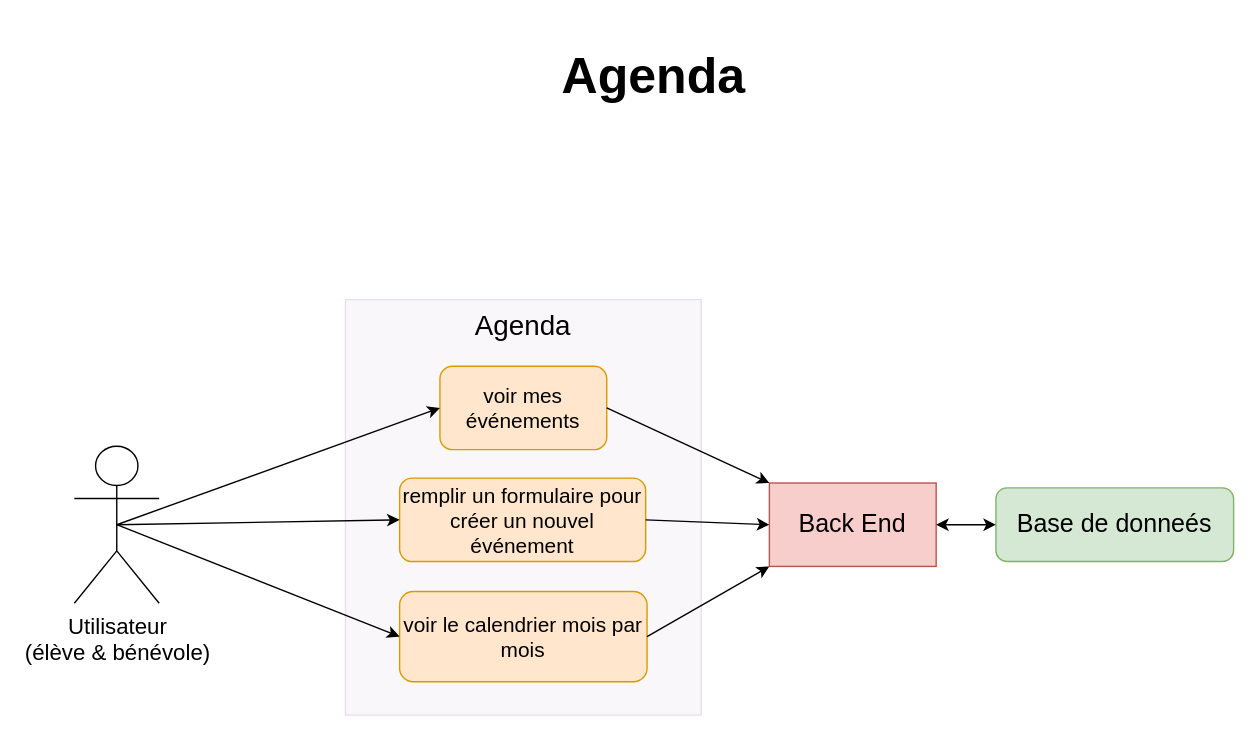
Earlier version of the draw.io diagram page "Agenda" (3 of 5) of Untitled Diagram.drawio (melacod/MelanieKlein_10_22122021). Source tidied: cells renumbered, new cells numbered last; positions are measured from the earlier drawing's top-left corner, leaving out a move shared by most shapes. Both pictures are drawn from the tidied source at 139%, with x=0, y=0 at pixel (74, 54).
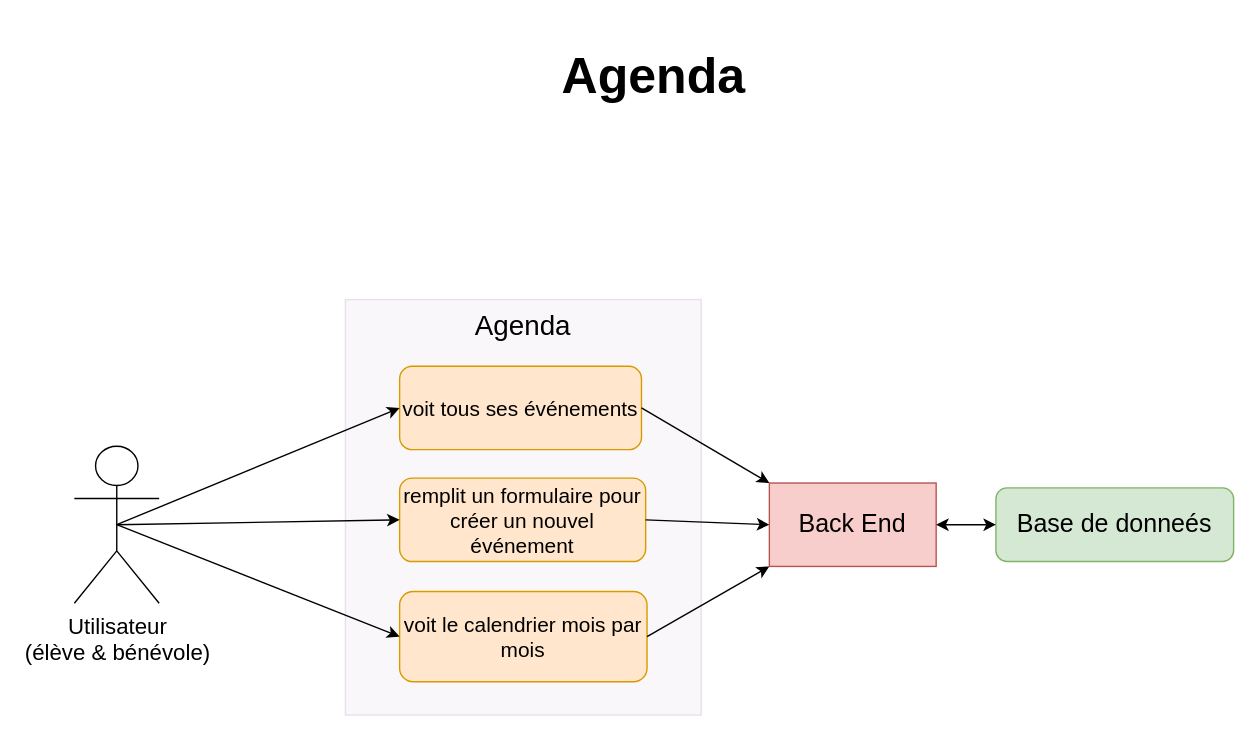
After the change.

Change to the diagram source:
```diff
@@
 <mxGraphModel>
   <root>
     <mxCell id="0" />
     <mxCell id="1" parent="0" />
     <mxCell id="2" value="&lt;h1&gt;&lt;font style=&quot;font-size: 36px&quot;&gt;Agenda&lt;/font&gt;&lt;/h1&gt;" style="text;html=1;strokeColor=none;fillColor=none;align=center;verticalAlign=middle;whiteSpace=wrap;rounded=0;" parent="1" vertex="1">
       <mxGeometry x="263" width="308" height="30" as="geometry" />
     </mxCell>
     <mxCell id="3" value="&lt;span&gt;&lt;font style=&quot;font-size: 20px&quot;&gt;Agenda&lt;/font&gt;&lt;/span&gt;" style="rounded=0;whiteSpace=wrap;html=1;fontSize=18;strokeWidth=1;fillColor=#e1d5e7;strokeColor=#9673a6;opacity=20;verticalAlign=top;" parent="1" vertex="1">
       <mxGeometry x="195" y="176" width="256" height="299" as="geometry" />
     </mxCell>
     <mxCell id="4" value="&lt;font style=&quot;font-size: 16px&quot;&gt;Utilisateur&lt;br&gt;(élève &amp;amp; bénévole)&lt;/font&gt;" style="shape=umlActor;verticalLabelPosition=bottom;verticalAlign=top;html=1;outlineConnect=0;fontSize=14;" parent="1" vertex="1">
       <mxGeometry y="281.5" width="61" height="113" as="geometry" />
     </mxCell>
-    <mxCell id="5" value="&lt;font style=&quot;font-size: 15px&quot;&gt;voir mes événements&lt;/font&gt;" style="rounded=1;whiteSpace=wrap;html=1;fontSize=14;fillColor=#ffe6cc;strokeColor=#d79b00;" parent="1" vertex="1">
-      <mxGeometry x="263" y="224" width="120" height="60" as="geometry" />
+    <mxCell id="5" value="&lt;font style=&quot;font-size: 15px&quot;&gt;voit tous ses événements&lt;/font&gt;" style="rounded=1;whiteSpace=wrap;html=1;fontSize=14;fillColor=#ffe6cc;strokeColor=#d79b00;" parent="1" vertex="1">
+      <mxGeometry x="234" y="224" width="174" height="60" as="geometry" />
     </mxCell>
-    <mxCell id="6" value="&lt;font style=&quot;font-size: 15px&quot;&gt;remplir un formulaire pour créer un nouvel événement&lt;/font&gt;" style="rounded=1;whiteSpace=wrap;html=1;fontSize=14;fillColor=#ffe6cc;strokeColor=#d79b00;" parent="1" vertex="1">
+    <mxCell id="6" value="&lt;font style=&quot;font-size: 15px&quot;&gt;remplit un formulaire pour créer un nouvel événement&lt;/font&gt;" style="rounded=1;whiteSpace=wrap;html=1;fontSize=14;fillColor=#ffe6cc;strokeColor=#d79b00;" parent="1" vertex="1">
       <mxGeometry x="234" y="304.5" width="177" height="60" as="geometry" />
     </mxCell>
     <mxCell id="7" style="endArrow=classic;html=1;rounded=0;fontSize=18;curved=1;entryX=0;entryY=0.5;entryDx=0;entryDy=0;exitX=0.5;exitY=0.5;exitDx=0;exitDy=0;exitPerimeter=0;" parent="1" edge="1" source="4" target="5">
       <mxGeometry relative="1" as="geometry" />
     </mxCell>
     <mxCell id="8" style="endArrow=classic;html=1;rounded=0;fontSize=18;entryX=0;entryY=0.5;entryDx=0;entryDy=0;curved=1;exitX=0.5;exitY=0.5;exitDx=0;exitDy=0;exitPerimeter=0;" parent="1" edge="1" source="4" target="6">
       <mxGeometry relative="1" as="geometry" />
     </mxCell>
-    <mxCell id="9" value="&lt;font style=&quot;font-size: 15px&quot;&gt;voir le calendrier mois par mois&lt;/font&gt;" style="rounded=1;whiteSpace=wrap;html=1;fontSize=14;fillColor=#ffe6cc;strokeColor=#d79b00;" parent="1" vertex="1">
+    <mxCell id="9" value="&lt;font style=&quot;font-size: 15px&quot;&gt;voit le calendrier mois par mois&lt;/font&gt;" style="rounded=1;whiteSpace=wrap;html=1;fontSize=14;fillColor=#ffe6cc;strokeColor=#d79b00;" parent="1" vertex="1">
       <mxGeometry x="234" y="386" width="178" height="65" as="geometry" />
     </mxCell>
     <mxCell id="10" style="endArrow=classic;html=1;rounded=0;fontSize=18;curved=1;entryX=0;entryY=0.5;entryDx=0;entryDy=0;exitX=0.5;exitY=0.5;exitDx=0;exitDy=0;exitPerimeter=0;" parent="1" edge="1" source="4" target="9">
       <mxGeometry relative="1" as="geometry" />
     </mxCell>
     <mxCell id="11" value="&lt;font style=&quot;font-size: 18px&quot;&gt;Back End&lt;/font&gt;" style="rounded=0;whiteSpace=wrap;html=1;fontSize=10;fillColor=#f8cecc;strokeColor=#b85450;" parent="1" vertex="1">
       <mxGeometry x="500" y="308" width="120" height="60" as="geometry" />
     </mxCell>
     <mxCell id="12" value="&lt;span&gt;Base de donneés&lt;/span&gt;" style="rounded=1;whiteSpace=wrap;html=1;fontSize=18;fillColor=#d5e8d4;strokeColor=#82b366;strokeWidth=1;" parent="1" vertex="1">
       <mxGeometry x="663" y="311.5" width="171" height="53" as="geometry" />
     </mxCell>
     <mxCell id="13" style="endArrow=classic;startArrow=classic;html=1;rounded=0;fontSize=18;entryX=0;entryY=0.5;entryDx=0;entryDy=0;exitX=1;exitY=0.5;exitDx=0;exitDy=0;curved=1;" parent="1" edge="1" source="11" target="12">
       <mxGeometry relative="1" as="geometry" />
     </mxCell>
     <mxCell id="14" style="endArrow=classic;html=1;rounded=0;fontSize=18;exitX=1;exitY=0.5;exitDx=0;exitDy=0;entryX=0;entryY=0.5;entryDx=0;entryDy=0;curved=1;" parent="1" edge="1" source="6" target="11">
       <mxGeometry relative="1" as="geometry" />
     </mxCell>
     <mxCell id="15" style="endArrow=classic;html=1;rounded=0;fontSize=18;exitX=1;exitY=0.5;exitDx=0;exitDy=0;entryX=0;entryY=0;entryDx=0;entryDy=0;curved=1;" parent="1" edge="1" source="5" target="11">
       <mxGeometry relative="1" as="geometry" />
     </mxCell>
     <mxCell id="16" style="endArrow=classic;html=1;rounded=0;fontSize=18;entryX=0;entryY=1;entryDx=0;entryDy=0;curved=1;exitX=1;exitY=0.5;exitDx=0;exitDy=0;" parent="1" edge="1" source="9" target="11">
       <mxGeometry relative="1" as="geometry" />
     </mxCell>
   </root>
 </mxGraphModel>
```
